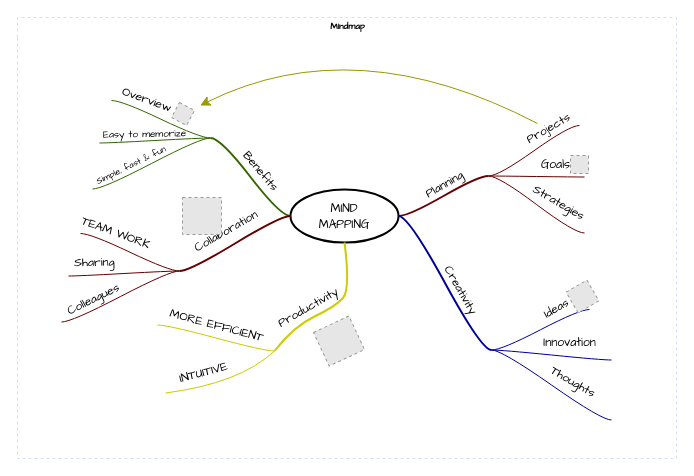
Before: Untitled Diagram.drawio in SrVariable/mindmaps, a draw.io diagram. Source tidied: cells renumbered, new cells numbered last; positions are measured from the earlier drawing's top-left corner, leaving out a move shared by most shapes. Both pictures are drawn from the tidied source at 100%, with x=0, y=0 at pixel (17, 17). Pictures stored in the file or linked from it are replaced by grey dashed boxes.
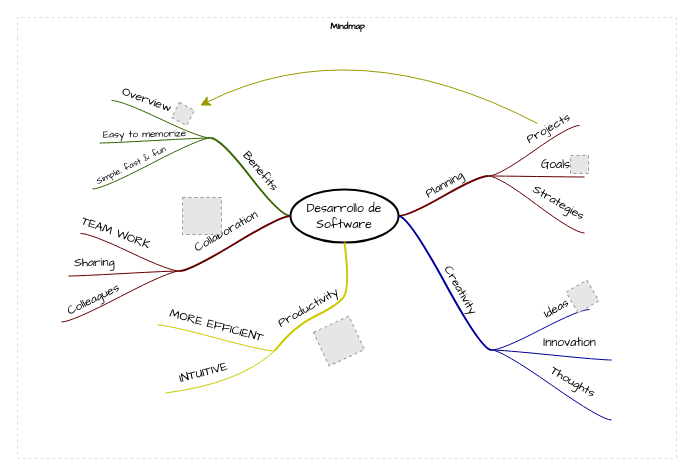
The same page after the edit.

Unchanged cells that the change refers to:
```xml
<mxCell id="2" value="Mindmap" style="swimlane;html=1;startSize=20;horizontal=1;containerType=tree;labelBackgroundColor=none;strokeColor=#D4E1F5;strokeWidth=1;fillColor=none;fontFamily=Comic Sans MS;fontSize=9;swimlaneLine=0;dashed=1;" parent="1" vertex="1">
  <mxGeometry width="659" height="441" as="geometry" />
</mxCell>
```

Change to the diagram source:
```diff
@@
-    <mxCell id="3" value="&lt;font face=&quot;Comic Sans MS&quot;&gt;MIND&lt;br&gt;MAPPING&lt;/font&gt;" style="ellipse;whiteSpace=wrap;html=1;align=center;strokeWidth=2;" parent="2" vertex="1">
+    <mxCell id="3" value="&lt;font face=&quot;Comic Sans MS&quot;&gt;Desarrollo de Software&lt;/font&gt;" style="ellipse;whiteSpace=wrap;html=1;align=center;strokeWidth=2;" parent="2" vertex="1">
       <mxGeometry x="273" y="172" width="108" height="53" as="geometry" />
     </mxCell>
```
